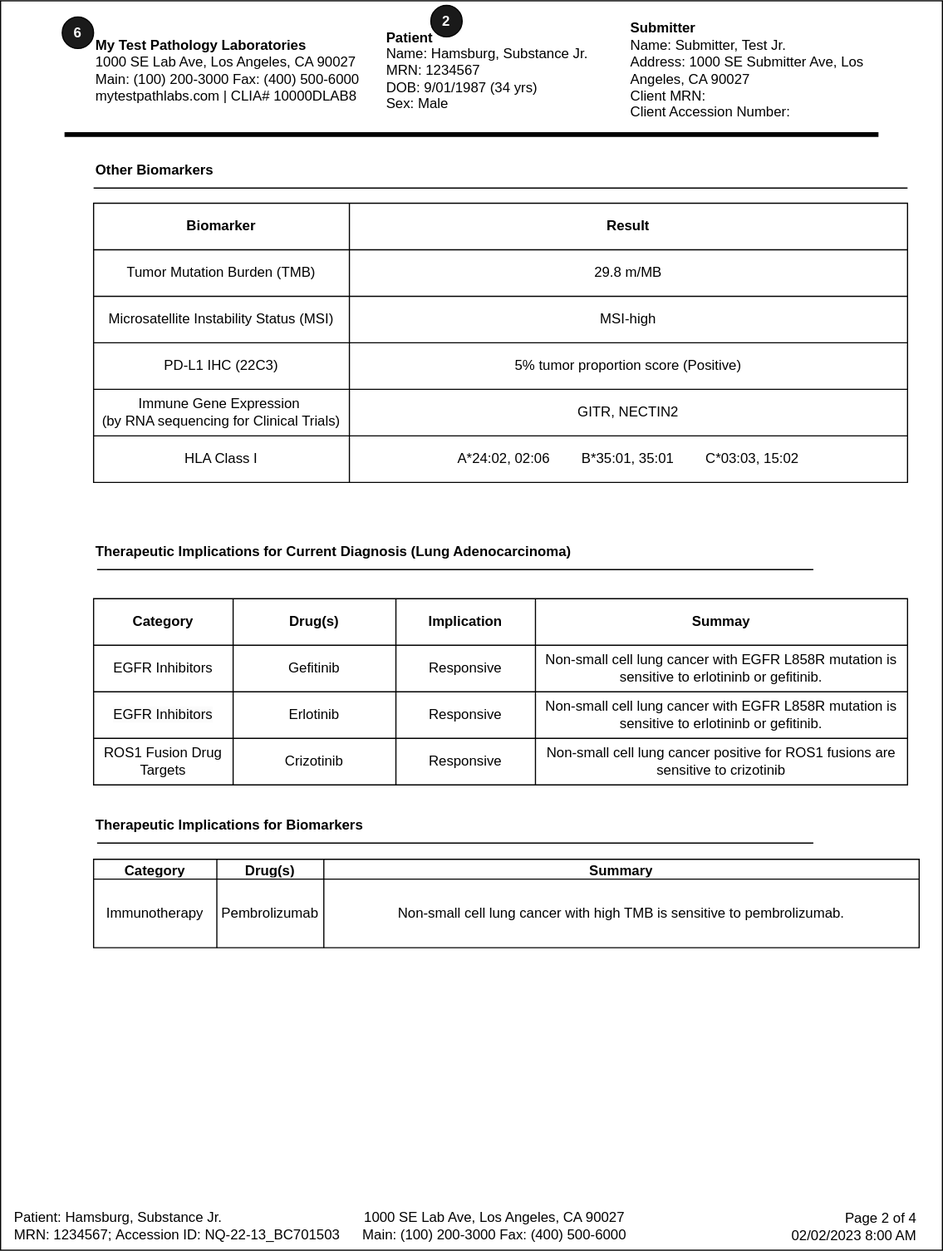
The draw.io diagram input/images/Report_Page2.svg in HL7/genomics-reporting, before a commit. Source tidied: cells renumbered, new cells last; positions are measured from the earlier drawing's top-left corner, leaving out a move shared by most shapes.
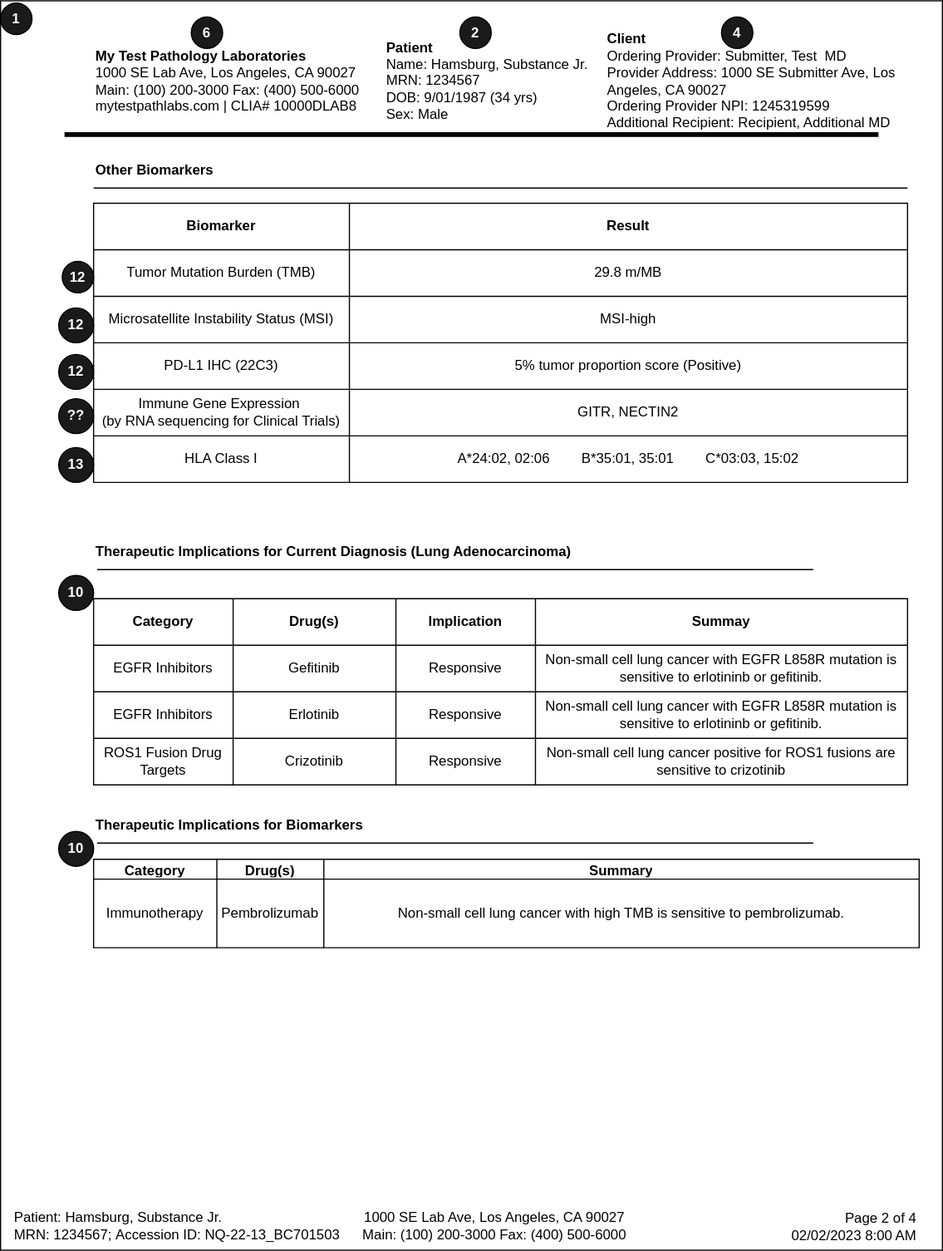
Later version of the same file.

What changed in the source:
```diff
@@ -6,14 +6,11 @@
       <mxGeometry width="810" height="1074" as="geometry" />
     </mxCell>
     <mxCell id="3" value="&lt;b&gt;My Test Pathology Laboratories&lt;br style=&quot;border-color: var(--border-color);&quot;&gt;&lt;/b&gt;1000 SE Lab Ave, Los Angeles, CA 90027&lt;br style=&quot;border-color: var(--border-color);&quot;&gt;Main: (100) 200-3000 Fax: (400) 500-6000&lt;br style=&quot;border-color: var(--border-color);&quot;&gt;mytestpathlabs.com | CLIA# 10000DLAB8&amp;nbsp;" style="text;html=1;strokeColor=none;fillColor=none;align=left;verticalAlign=middle;whiteSpace=wrap;rounded=0;" parent="1" vertex="1">
-      <mxGeometry x="80" y="20" width="250" height="80" as="geometry" />
+      <mxGeometry x="80" y="29" width="250" height="80" as="geometry" />
     </mxCell>
     <mxCell id="4" value="&lt;b&gt;Patient&lt;/b&gt;&lt;br&gt;Name: Hamsburg, Substance Jr.&lt;br style=&quot;border-color: var(--border-color);&quot;&gt;MRN: 1234567&lt;br&gt;DOB: 9/01/1987 (34 yrs) &lt;br&gt;Sex: Male" style="text;html=1;strokeColor=none;fillColor=none;align=left;verticalAlign=middle;whiteSpace=wrap;rounded=0;" parent="1" vertex="1">
-      <mxGeometry x="330" y="20" width="210" height="80" as="geometry" />
+      <mxGeometry x="330" y="29" width="210" height="80" as="geometry" />
     </mxCell>
-    <mxCell id="5" value="&lt;b&gt;Submitter&lt;br&gt;&lt;/b&gt;Name: Submitter, Test Jr.&lt;br style=&quot;border-color: var(--border-color);&quot;&gt;Address: 1000 SE Submitter Ave, Los Angeles, CA 90027&lt;br style=&quot;border-color: var(--border-color);&quot;&gt;Client MRN:&lt;br&gt;Client Accession Number:" style="text;html=1;strokeColor=none;fillColor=none;align=left;verticalAlign=middle;whiteSpace=wrap;rounded=0;" parent="1" vertex="1">
-      <mxGeometry x="540" y="20" width="250" height="80" as="geometry" />
-    </mxCell>
     <mxCell id="6" style="line;strokeWidth=4;html=1;perimeter=backbonePerimeter;" parent="1" vertex="1">
       <mxGeometry x="55" y="110" width="700" height="10" as="geometry" />
     </mxCell>
@@ -41,11 +38,8 @@
     <mxCell id="12" value="&amp;nbsp;Page 2 of 4&lt;br style=&quot;border-color: var(--border-color);&quot;&gt;02/02/2023 8:00 AM" style="text;html=1;strokeColor=none;fillColor=none;align=right;verticalAlign=middle;whiteSpace=wrap;rounded=0;" parent="1" vertex="1">
       <mxGeometry x="670" y="1034" width="120" height="40" as="geometry" />
     </mxCell>
-    <mxCell id="13" value="&lt;font color=&quot;#ffffff&quot; style=&quot;font-size: 12px;&quot;&gt;&lt;b&gt;6&lt;/b&gt;&lt;/font&gt;" style="ellipse;whiteSpace=wrap;html=1;fillColor=#1A1A1A;direction=south;" parent="1" vertex="1">
-      <mxGeometry x="53" y="14" width="27" height="27" as="geometry" />
-    </mxCell>
     <mxCell id="14" value="&lt;font color=&quot;#ffffff&quot; style=&quot;font-size: 12px;&quot;&gt;&lt;b&gt;2&lt;/b&gt;&lt;/font&gt;" style="ellipse;whiteSpace=wrap;html=1;fillColor=#1A1A1A;direction=south;" parent="1" vertex="1">
-      <mxGeometry x="370" y="4" width="27" height="27" as="geometry" />
+      <mxGeometry x="395" y="14" width="27" height="27" as="geometry" />
     </mxCell>
     <mxCell id="15" style="endArrow=none;html=1;rounded=0;" parent="1" edge="1">
       <mxGeometry relative="1" as="geometry">
@@ -206,5 +200,38 @@
     <mxCell id="66" value="Non-small cell lung cancer positive for ROS1 fusions are sensitive to crizotinib" style="shape=partialRectangle;html=1;whiteSpace=wrap;strokeColor=inherit;overflow=hidden;fillColor=none;top=0;left=0;bottom=0;right=0;" parent="62" vertex="1">
       <mxGeometry x="380" width="320" height="40" as="geometry" />
     </mxCell>
+    <mxCell id="13" value="&lt;font color=&quot;#ffffff&quot; style=&quot;font-size: 12px;&quot;&gt;&lt;b&gt;6&lt;/b&gt;&lt;/font&gt;" style="ellipse;whiteSpace=wrap;html=1;fillColor=#1A1A1A;direction=south;" parent="1" vertex="1">
+      <mxGeometry x="164" y="14" width="27" height="27" as="geometry" />
+    </mxCell>
+    <mxCell id="67" value="&lt;b&gt;Client&lt;br&gt;&lt;/b&gt;Ordering Provider: Submitter, Test&amp;nbsp; MD&lt;br style=&quot;border-color: var(--border-color);&quot;&gt;Provider Address: 1000 SE Submitter Ave, Los Angeles, CA 90027&lt;br&gt;Ordering Provider NPI: 1245319599&lt;br&gt;Additional Recipient: Recipient, Additional MD" style="text;html=1;strokeColor=none;fillColor=none;align=left;verticalAlign=middle;whiteSpace=wrap;rounded=0;" parent="1" vertex="1">
+      <mxGeometry x="520" y="29" width="290" height="80" as="geometry" />
+    </mxCell>
+    <mxCell id="68" value="&lt;font color=&quot;#ffffff&quot; style=&quot;font-size: 12px;&quot;&gt;&lt;b&gt;4&lt;/b&gt;&lt;/font&gt;" style="ellipse;whiteSpace=wrap;html=1;fillColor=#1A1A1A;direction=south;" parent="1" vertex="1">
+      <mxGeometry x="620" y="14" width="27" height="27" as="geometry" />
+    </mxCell>
+    <mxCell id="69" value="&lt;font color=&quot;#ffffff&quot; style=&quot;font-size: 12px;&quot;&gt;&lt;b&gt;1&lt;/b&gt;&lt;/font&gt;" style="ellipse;whiteSpace=wrap;html=1;fillColor=#1A1A1A;direction=south;" parent="1" vertex="1">
+      <mxGeometry y="2" width="27" height="27" as="geometry" />
+    </mxCell>
+    <mxCell id="70" value="&lt;font color=&quot;#ffffff&quot; style=&quot;font-size: 12px;&quot;&gt;&lt;b&gt;12&lt;/b&gt;&lt;/font&gt;" style="ellipse;whiteSpace=wrap;html=1;fillColor=#1A1A1A;direction=south;" parent="1" vertex="1">
+      <mxGeometry x="53" y="224" width="27" height="27" as="geometry" />
+    </mxCell>
+    <mxCell id="71" value="&lt;font color=&quot;#ffffff&quot; style=&quot;font-size: 12px;&quot;&gt;&lt;b&gt;12&lt;/b&gt;&lt;/font&gt;" style="ellipse;whiteSpace=wrap;html=1;fillColor=#1A1A1A;direction=south;" parent="1" vertex="1">
+      <mxGeometry x="50" y="264" width="30" height="30" as="geometry" />
+    </mxCell>
+    <mxCell id="72" value="&lt;font color=&quot;#ffffff&quot; style=&quot;font-size: 12px;&quot;&gt;&lt;b&gt;12&lt;/b&gt;&lt;/font&gt;" style="ellipse;whiteSpace=wrap;html=1;fillColor=#1A1A1A;direction=south;" parent="1" vertex="1">
+      <mxGeometry x="50" y="304" width="30" height="30" as="geometry" />
+    </mxCell>
+    <mxCell id="73" value="&lt;font color=&quot;#ffffff&quot; style=&quot;font-size: 12px;&quot;&gt;&lt;b&gt;??&lt;/b&gt;&lt;/font&gt;" style="ellipse;whiteSpace=wrap;html=1;fillColor=#1A1A1A;direction=south;" parent="1" vertex="1">
+      <mxGeometry x="50" y="342" width="30" height="30" as="geometry" />
+    </mxCell>
+    <mxCell id="74" value="&lt;font color=&quot;#ffffff&quot; style=&quot;font-size: 12px;&quot;&gt;&lt;b&gt;13&lt;/b&gt;&lt;/font&gt;" style="ellipse;whiteSpace=wrap;html=1;fillColor=#1A1A1A;direction=south;" parent="1" vertex="1">
+      <mxGeometry x="50" y="384" width="30" height="30" as="geometry" />
+    </mxCell>
+    <mxCell id="75" value="&lt;font color=&quot;#ffffff&quot; style=&quot;font-size: 12px;&quot;&gt;&lt;b&gt;10&lt;/b&gt;&lt;/font&gt;" style="ellipse;whiteSpace=wrap;html=1;fillColor=#1A1A1A;direction=south;" parent="1" vertex="1">
+      <mxGeometry x="50" y="494" width="30" height="30" as="geometry" />
+    </mxCell>
+    <mxCell id="76" value="&lt;font color=&quot;#ffffff&quot; style=&quot;font-size: 12px;&quot;&gt;&lt;b&gt;10&lt;/b&gt;&lt;/font&gt;" style="ellipse;whiteSpace=wrap;html=1;fillColor=#1A1A1A;direction=south;" parent="1" vertex="1">
+      <mxGeometry x="50" y="714" width="30" height="30" as="geometry" />
+    </mxCell>
   </root>
 </mxGraphModel>
```
